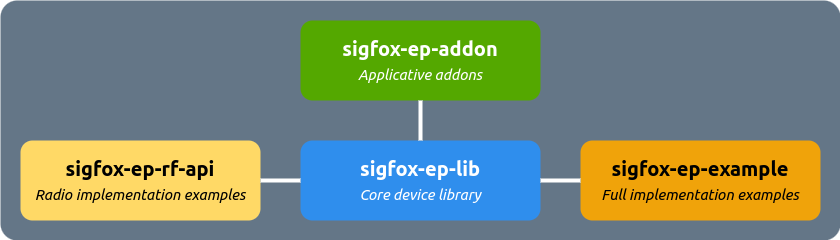
This is images/organization.drawio.png from sigfox-tech-radio/.github, a draw.io export, as it was before one commit. Source tidied: cells renumbered, new cells last; positions are measured from the earlier drawing's top-left corner, leaving out a move shared by most shapes.
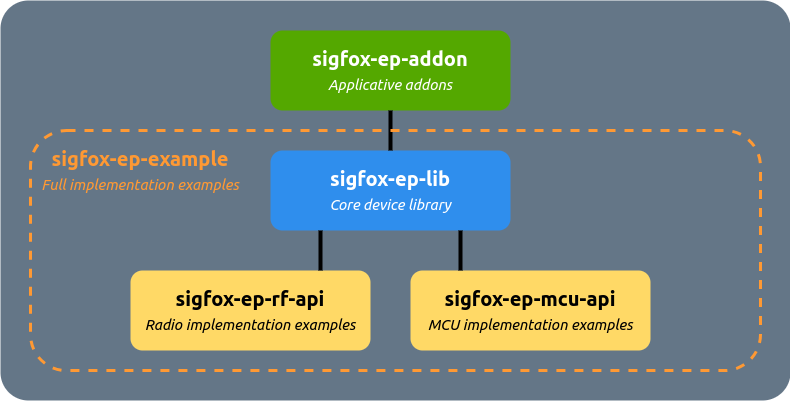
After the change.

Commit message:
Improve organization structure image.

The edit, as a diff of the source:
```diff
@@ -3,7 +3,7 @@
     <mxCell id="0" />
     <mxCell id="1" parent="0" />
     <mxCell id="2" style="rounded=1;whiteSpace=wrap;html=1;fillColor=#647687;fontColor=#ffffff;strokeColor=none;arcSize=7;" parent="1" vertex="1">
-      <mxGeometry width="840" height="240" as="geometry" />
+      <mxGeometry x="30" y="-10" width="790" height="400" as="geometry" />
     </mxCell>
     <mxCell id="3" value="&lt;b&gt;sigfox-ep-lib&lt;/b&gt;&lt;br&gt;&lt;font style=&quot;font-size: 15px;&quot;&gt;&lt;i&gt;Core device library&lt;/i&gt;&lt;/font&gt;" style="rounded=1;whiteSpace=wrap;html=1;fontFamily=ubuntu;fontSize=20;fillColor=#2F8EED;fontColor=#ffffff;strokeColor=none;" parent="1" vertex="1">
       <mxGeometry x="300" y="140" width="240" height="80" as="geometry" />
@@ -12,19 +12,31 @@
       <mxGeometry x="300" y="20" width="240" height="80" as="geometry" />
     </mxCell>
     <mxCell id="5" value="&lt;b&gt;sigfox-ep-rf-api&lt;/b&gt;&lt;br&gt;&lt;font style=&quot;font-size: 15px;&quot;&gt;&lt;i&gt;Radio implementation examples&lt;/i&gt;&lt;/font&gt;" style="rounded=1;whiteSpace=wrap;html=1;fontFamily=ubuntu;fontSize=20;fillColor=#FFD966;fontColor=#000000;strokeColor=none;" parent="1" vertex="1">
-      <mxGeometry x="20" y="140" width="240" height="80" as="geometry" />
+      <mxGeometry x="160" y="260" width="240" height="80" as="geometry" />
     </mxCell>
-    <mxCell id="6" value="&lt;b&gt;sigfox-ep-example&lt;/b&gt;&lt;br&gt;&lt;font style=&quot;font-size: 15px;&quot;&gt;&lt;i&gt;Full implementation examples&lt;/i&gt;&lt;/font&gt;" style="rounded=1;whiteSpace=wrap;html=1;fontFamily=ubuntu;fontSize=20;fillColor=#f0a30a;fontColor=#000000;strokeColor=none;" parent="1" vertex="1">
-      <mxGeometry x="580" y="140" width="240" height="80" as="geometry" />
-    </mxCell>
-    <mxCell id="7" style="endArrow=none;html=1;rounded=0;entryX=0;entryY=0.5;entryDx=0;entryDy=0;exitX=1;exitY=0.5;exitDx=0;exitDy=0;strokeColor=#FFFFFF;strokeWidth=4;" parent="1" edge="1" source="3" target="6">
-      <mxGeometry relative="1" as="geometry" />
+    <mxCell id="7" style="endArrow=none;html=1;rounded=0;strokeColor=default;strokeWidth=4;" parent="1" edge="1">
+      <mxGeometry relative="1" as="geometry">
+        <mxPoint x="350" y="260" as="sourcePoint" />
+        <mxPoint x="350" y="220" as="targetPoint" />
+      </mxGeometry>
     </mxCell>
-    <mxCell id="8" style="endArrow=none;html=1;rounded=0;exitX=0.5;exitY=0;exitDx=0;exitDy=0;entryX=0.5;entryY=1;entryDx=0;entryDy=0;strokeWidth=4;strokeColor=#FFFFFF;" parent="1" edge="1" source="3" target="4">
+    <mxCell id="8" style="endArrow=none;html=1;rounded=0;exitX=0.5;exitY=0;exitDx=0;exitDy=0;entryX=0.5;entryY=1;entryDx=0;entryDy=0;strokeWidth=4;strokeColor=default;" parent="1" edge="1" source="3" target="4">
       <mxGeometry relative="1" as="geometry" />
     </mxCell>
-    <mxCell id="9" style="endArrow=none;html=1;rounded=0;exitX=1;exitY=0.5;exitDx=0;exitDy=0;entryX=0;entryY=0.5;entryDx=0;entryDy=0;strokeWidth=4;strokeColor=#FFFFFF;" parent="1" edge="1" source="5" target="3">
-      <mxGeometry relative="1" as="geometry" />
-    </mxCell>
+    <mxCell id="10" value="&lt;b&gt;sigfox-ep-mcu-api&lt;/b&gt;&lt;br&gt;&lt;font style=&quot;font-size: 15px;&quot;&gt;&lt;i&gt;MCU implementation examples&lt;/i&gt;&lt;/font&gt;" style="rounded=1;whiteSpace=wrap;html=1;fontFamily=ubuntu;fontSize=20;fillColor=#FFD966;fontColor=#000000;strokeColor=none;" parent="1" vertex="1">
+      <mxGeometry x="440" y="260" width="240" height="80" as="geometry" />
+    </mxCell>
+    <mxCell id="11" style="endArrow=none;html=1;rounded=0;strokeColor=default;strokeWidth=4;" parent="1" edge="1">
+      <mxGeometry relative="1" as="geometry">
+        <mxPoint x="490" y="260" as="sourcePoint" />
+        <mxPoint x="490" y="220" as="targetPoint" />
+      </mxGeometry>
+    </mxCell>
+    <mxCell id="12" style="rounded=1;whiteSpace=wrap;html=1;fillColor=none;dashed=1;strokeWidth=3;arcSize=15;fontColor=#FF9933;strokeColor=#FF9933;" parent="1" vertex="1">
+      <mxGeometry x="60" y="120" width="730" height="240" as="geometry" />
+    </mxCell>
+    <mxCell id="6" value="&lt;b&gt;sigfox-ep-example&lt;/b&gt;&lt;br&gt;&lt;font style=&quot;font-size: 15px;&quot;&gt;&lt;i&gt;Full implementation examples&lt;/i&gt;&lt;/font&gt;" style="rounded=1;whiteSpace=wrap;html=1;fontFamily=ubuntu;fontSize=20;fillColor=none;fontColor=#FF9933;strokeColor=none;" parent="1" vertex="1">
+      <mxGeometry x="60" y="120" width="220" height="80" as="geometry" />
+    </mxCell>
   </root>
 </mxGraphModel>
```
